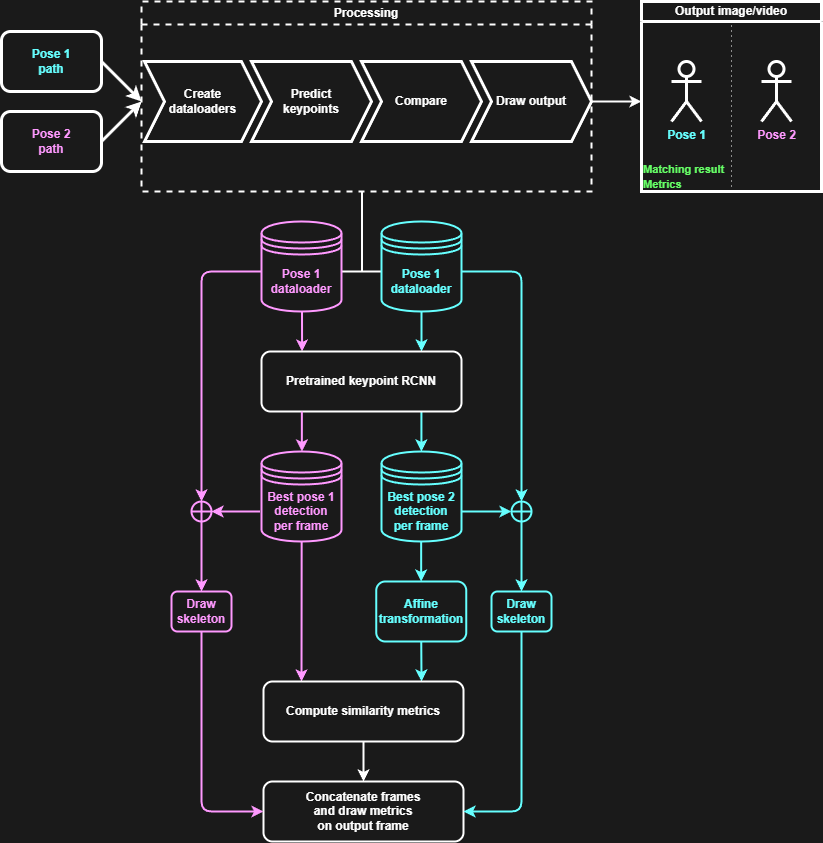
ScReameer/Poses-similarity keeps this draw.io diagram as examples/images/arch.png. Above is the earlier version. Source tidied: cells renumbered, new cells last; positions are measured from the earlier drawing's top-left corner, leaving out a move shared by most shapes.
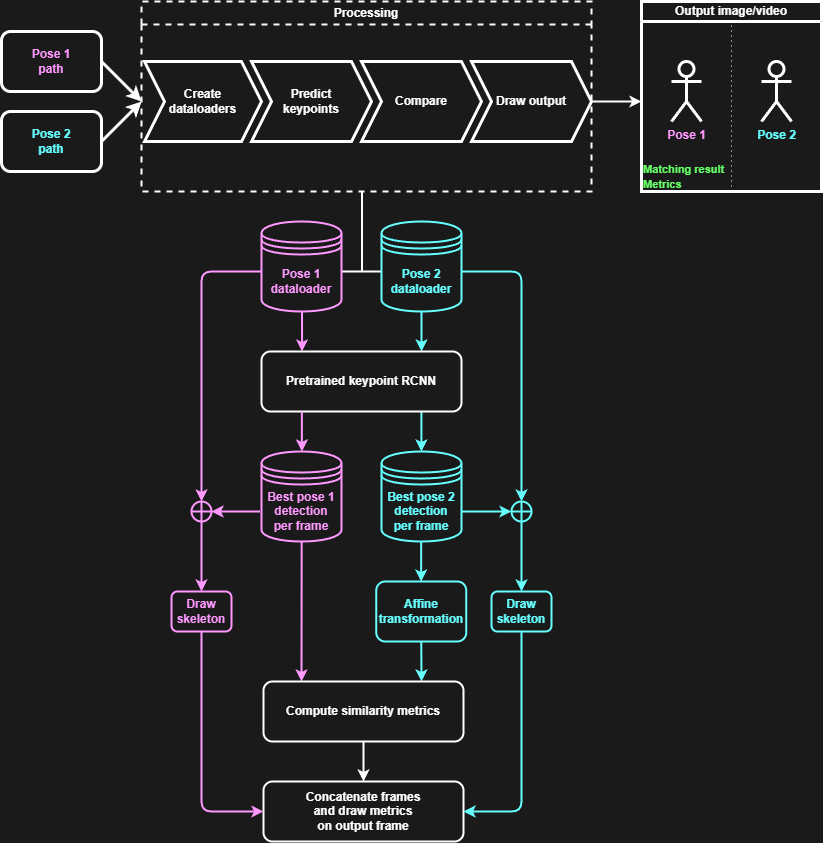
After the change.

Commit message:
fixed arch img

What changed in the source:
```diff
@@ -7,7 +7,7 @@
         <mxPoint x="140" y="100" as="targetPoint" />
       </mxGeometry>
     </mxCell>
-    <mxCell id="3" value="&lt;font color=&quot;#66ffff&quot;&gt;&lt;b&gt;Pose 1&lt;br&gt;path&lt;/b&gt;&lt;/font&gt;" style="rounded=1;whiteSpace=wrap;html=1;strokeWidth=3;fillColor=none;strokeColor=#FFFFFF;glass=0;" parent="1" vertex="1">
+    <mxCell id="3" value="&lt;b style=&quot;&quot;&gt;&lt;font color=&quot;#ff99ff&quot;&gt;Pose 1&lt;br&gt;path&lt;/font&gt;&lt;/b&gt;" style="rounded=1;whiteSpace=wrap;html=1;strokeWidth=3;fillColor=none;strokeColor=#FFFFFF;glass=0;" parent="1" vertex="1">
       <mxGeometry y="30" width="100" height="60" as="geometry" />
     </mxCell>
     <mxCell id="4" style="edgeStyle=none;html=1;exitX=1;exitY=0.5;exitDx=0;exitDy=0;strokeWidth=3;rounded=0;strokeColor=#FFFFFF;" parent="1" edge="1" source="5">
@@ -15,7 +15,7 @@
         <mxPoint x="140" y="100" as="targetPoint" />
       </mxGeometry>
     </mxCell>
-    <mxCell id="5" value="&lt;font color=&quot;#ff99ff&quot;&gt;&lt;b&gt;Pose 2&lt;br&gt;path&lt;/b&gt;&lt;/font&gt;" style="rounded=1;whiteSpace=wrap;html=1;strokeWidth=3;fillColor=none;strokeColor=#FFFFFF;" parent="1" vertex="1">
+    <mxCell id="5" value="&lt;b style=&quot;&quot;&gt;&lt;font color=&quot;#66ffff&quot;&gt;Pose 2&lt;br&gt;path&lt;/font&gt;&lt;/b&gt;" style="rounded=1;whiteSpace=wrap;html=1;strokeWidth=3;fillColor=none;strokeColor=#FFFFFF;" parent="1" vertex="1">
       <mxGeometry y="110" width="100" height="60" as="geometry" />
     </mxCell>
     <mxCell id="6" value="&lt;font color=&quot;#ffffff&quot;&gt;Processing&lt;/font&gt;" style="swimlane;whiteSpace=wrap;html=1;strokeColor=#FFFFFF;strokeWidth=2;fillColor=none;rounded=0;dashed=1;" parent="1" vertex="1">
@@ -36,10 +36,10 @@
     <mxCell id="11" value="&lt;font color=&quot;#ffffff&quot;&gt;Output image/video&lt;/font&gt;" style="swimlane;whiteSpace=wrap;html=1;startSize=20;strokeWidth=3;fillColor=none;rounded=0;strokeColor=#FFFFFF;" parent="1" vertex="1">
       <mxGeometry x="640" width="180" height="190" as="geometry" />
     </mxCell>
-    <mxCell id="12" value="&lt;b&gt;Pose 1&lt;/b&gt;" style="shape=umlActor;verticalLabelPosition=bottom;verticalAlign=top;html=1;fontColor=#66FFFF;strokeWidth=3;fillColor=none;rounded=0;strokeColor=#FFFFFF;" parent="11" vertex="1">
+    <mxCell id="12" value="&lt;b&gt;&lt;font color=&quot;#ff99ff&quot;&gt;Pose 1&lt;/font&gt;&lt;/b&gt;" style="shape=umlActor;verticalLabelPosition=bottom;verticalAlign=top;html=1;fontColor=#66FFFF;strokeWidth=3;fillColor=none;rounded=0;strokeColor=#FFFFFF;" parent="11" vertex="1">
       <mxGeometry x="30" y="60" width="30" height="60" as="geometry" />
     </mxCell>
-    <mxCell id="13" value="&lt;b&gt;Pose 2&lt;/b&gt;" style="shape=umlActor;verticalLabelPosition=bottom;verticalAlign=top;html=1;fontColor=#FF99FF;strokeWidth=3;fillColor=none;rounded=0;strokeColor=#FFFFFF;" parent="11" vertex="1">
+    <mxCell id="13" value="&lt;b&gt;&lt;font color=&quot;#66ffff&quot;&gt;Pose 2&lt;/font&gt;&lt;/b&gt;" style="shape=umlActor;verticalLabelPosition=bottom;verticalAlign=top;html=1;fontColor=#FF99FF;strokeWidth=3;fillColor=none;rounded=0;strokeColor=#FFFFFF;" parent="11" vertex="1">
       <mxGeometry x="120" y="60" width="30" height="60" as="geometry" />
     </mxCell>
     <mxCell id="14" value="&lt;b style=&quot;font-size: 11px;&quot;&gt;Matching result&lt;br&gt;Metrics&lt;/b&gt;" style="text;html=1;strokeColor=none;fillColor=none;align=left;verticalAlign=middle;whiteSpace=wrap;rounded=0;fontColor=#66FF66;" parent="11" vertex="1">
@@ -177,7 +177,7 @@
     <mxCell id="42" value="&lt;b&gt;Pose 1&lt;br&gt;dataloader&lt;/b&gt;" style="shape=datastore;whiteSpace=wrap;html=1;strokeColor=#FF99FF;strokeWidth=2;fontColor=#FF99FF;fillColor=none;" parent="1" vertex="1">
       <mxGeometry x="260" y="220" width="80" height="90" as="geometry" />
     </mxCell>
-    <mxCell id="43" value="&lt;b&gt;&lt;font color=&quot;#66ffff&quot;&gt;Pose 1&lt;br&gt;dataloader&lt;/font&gt;&lt;/b&gt;" style="shape=datastore;whiteSpace=wrap;html=1;strokeColor=#66FFFF;strokeWidth=2;fontColor=#FF99FF;fillColor=none;" parent="1" vertex="1">
+    <mxCell id="43" value="&lt;b&gt;&lt;font color=&quot;#66ffff&quot;&gt;Pose 2&lt;br&gt;dataloader&lt;/font&gt;&lt;/b&gt;" style="shape=datastore;whiteSpace=wrap;html=1;strokeColor=#66FFFF;strokeWidth=2;fontColor=#FF99FF;fillColor=none;" parent="1" vertex="1">
       <mxGeometry x="380" y="220" width="80" height="90" as="geometry" />
     </mxCell>
     <mxCell id="44" value="&lt;b&gt;&lt;font color=&quot;#ff99ff&quot;&gt;Best pose 1&lt;br&gt;detection&lt;br&gt;per frame&lt;/font&gt;&lt;/b&gt;" style="shape=datastore;whiteSpace=wrap;html=1;strokeColor=#FF99FF;strokeWidth=2;fontColor=#66FFFF;fillColor=none;" parent="1" vertex="1">
```
